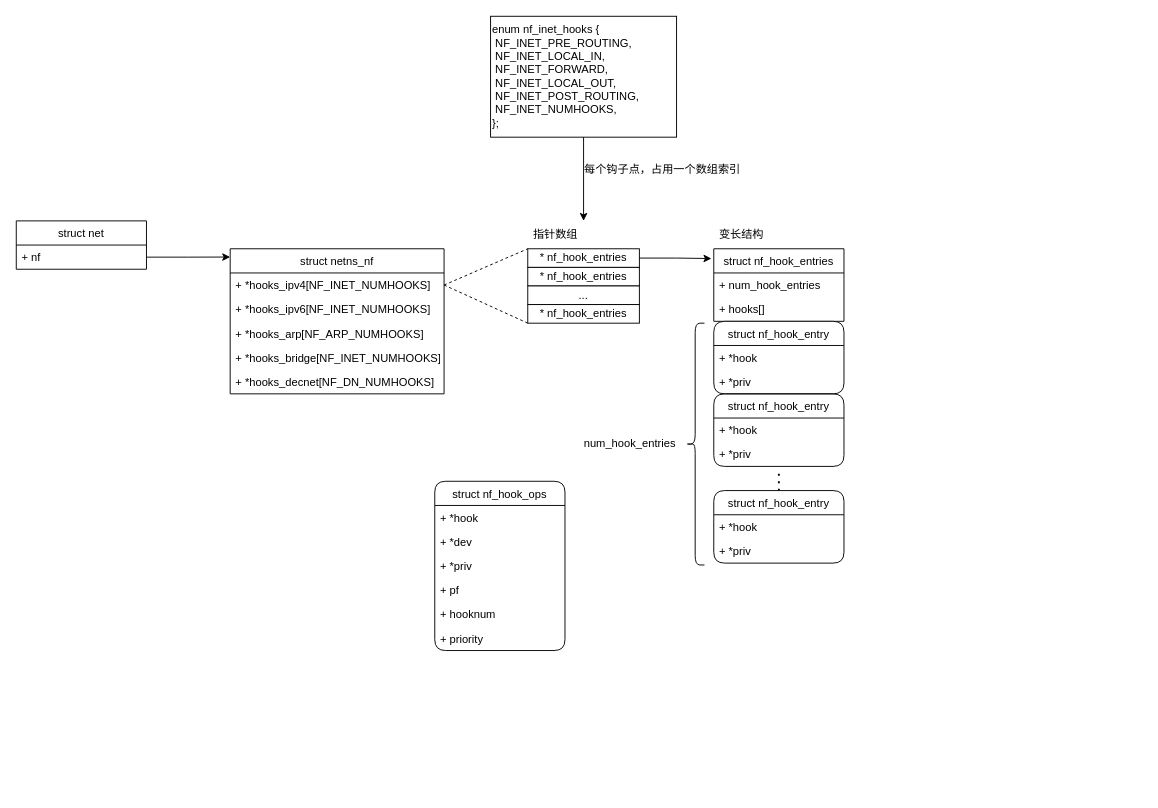
The draw.io diagram netfilter.drawio in Richard-Joe/draw-io, before the edit. Source tidied: cells renumbered, new cells numbered last; positions are measured from the earlier drawing's top-left corner, leaving out a move shared by most shapes. Both pictures are drawn from the tidied source at 93%, with x=0, y=0 at pixel (16, 16).
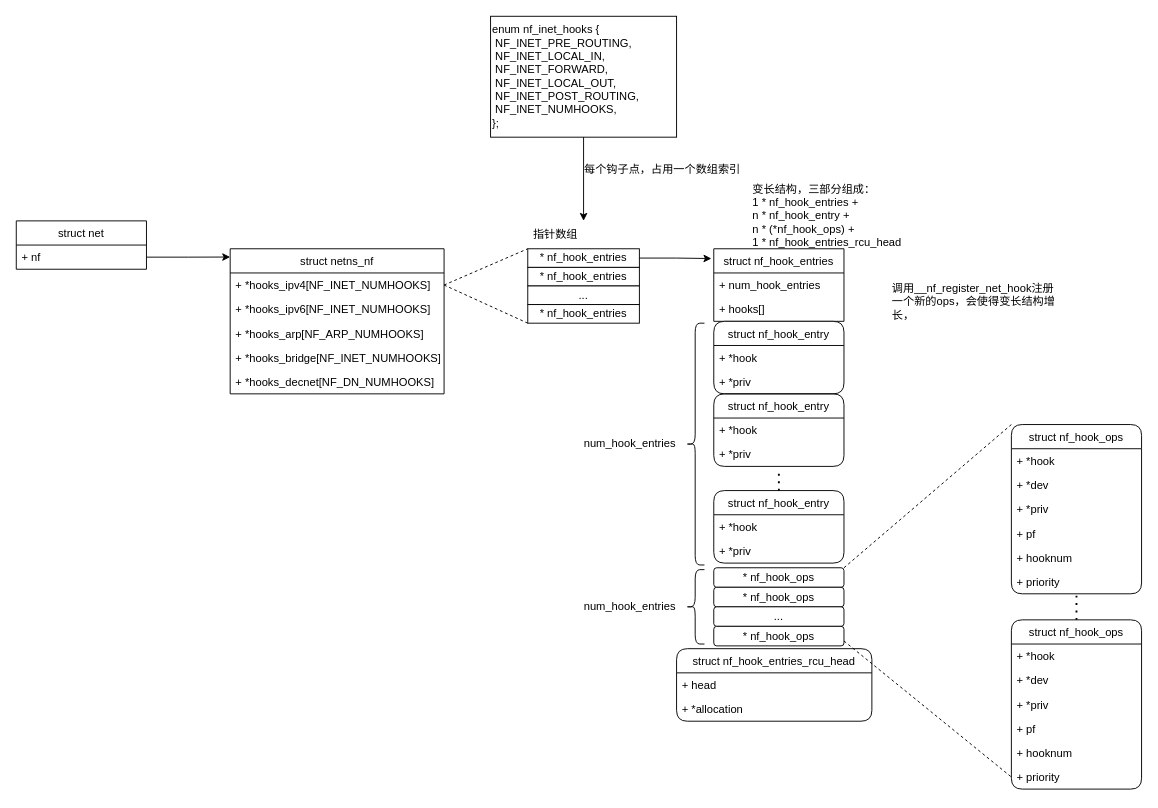
The same page after the edit.

Diff of the diagram source:
```diff
@@
-    <mxCell id="34" value="变长结构" style="text;html=1;strokeColor=none;fillColor=none;align=center;verticalAlign=middle;whiteSpace=wrap;rounded=0;" parent="1" vertex="1">
-      <mxGeometry x="750" y="220" width="60" height="30" as="geometry" />
+    <mxCell id="34" value="变长结构，三部分组成：&lt;br&gt;1 * nf_hook_entries +&lt;br&gt;n * nf_hook_entry +&lt;br&gt;n * (*nf_hook_ops) +&lt;br&gt;1 * nf_hook_entries_rcu_head&amp;nbsp;" style="text;html=1;strokeColor=none;fillColor=none;align=left;verticalAlign=middle;whiteSpace=wrap;rounded=0;" parent="1" vertex="1">
+      <mxGeometry x="790" y="180" width="180" height="70" as="geometry" />
     </mxCell>
@@
+    <mxCell id="47" style="group;" parent="1" vertex="1">
+      <mxGeometry x="1070" y="439" width="140" height="392" as="geometry" />
+    </mxCell>
-    <mxCell id="40" value="struct nf_hook_ops" style="swimlane;fontStyle=0;horizontal=1;startSize=26;fillColor=none;rounded=1;shadow=0;glass=0;sketch=0;" parent="1" vertex="1">
-      <mxGeometry x="450" y="500" width="140" height="182" as="geometry" />
+    <mxCell id="40" value="struct nf_hook_ops" style="swimlane;fontStyle=0;horizontal=1;startSize=26;fillColor=none;rounded=1;shadow=0;glass=0;sketch=0;" parent="47" vertex="1">
+      <mxGeometry width="140" height="182" as="geometry" />
     </mxCell>
@@
+    <mxCell id="48" value="struct nf_hook_ops" style="swimlane;fontStyle=0;horizontal=1;startSize=26;fillColor=none;rounded=1;shadow=0;glass=0;sketch=0;" parent="47" vertex="1">
+      <mxGeometry y="210" width="140" height="182" as="geometry" />
+    </mxCell>
+    <mxCell id="49" value="+ *hook" style="text;strokeColor=none;fillColor=none;align=left;verticalAlign=top;spacingLeft=4;spacingRight=4;overflow=hidden;" parent="48" vertex="1">
+      <mxGeometry y="26" width="140" height="26" as="geometry" />
+    </mxCell>
+    <mxCell id="50" value="+ *dev" style="text;strokeColor=none;fillColor=none;align=left;verticalAlign=top;spacingLeft=4;spacingRight=4;overflow=hidden;" parent="48" vertex="1">
+      <mxGeometry y="52" width="140" height="26" as="geometry" />
+    </mxCell>
+    <mxCell id="51" value="+ *priv" style="text;strokeColor=none;fillColor=none;align=left;verticalAlign=top;spacingLeft=4;spacingRight=4;overflow=hidden;" parent="48" vertex="1">
+      <mxGeometry y="78" width="140" height="26" as="geometry" />
+    </mxCell>
+    <mxCell id="52" value="+ pf" style="text;strokeColor=none;fillColor=none;align=left;verticalAlign=top;spacingLeft=4;spacingRight=4;overflow=hidden;" parent="48" vertex="1">
+      <mxGeometry y="104" width="140" height="26" as="geometry" />
+    </mxCell>
+    <mxCell id="53" value="+ hooknum" style="text;strokeColor=none;fillColor=none;align=left;verticalAlign=top;spacingLeft=4;spacingRight=4;overflow=hidden;" parent="48" vertex="1">
+      <mxGeometry y="130" width="140" height="26" as="geometry" />
+    </mxCell>
+    <mxCell id="54" value="+ priority" style="text;strokeColor=none;fillColor=none;align=left;verticalAlign=top;spacingLeft=4;spacingRight=4;overflow=hidden;points=[[0,0.5],[1,0.5]];portConstraint=eastwest;" parent="48" vertex="1">
+      <mxGeometry y="156" width="140" height="26" as="geometry" />
+    </mxCell>
+    <mxCell id="55" style="endArrow=none;dashed=1;html=1;dashPattern=1 3;strokeWidth=2;rounded=0;exitX=0.5;exitY=0;exitDx=0;exitDy=0;" parent="47" edge="1" source="48">
+      <mxGeometry relative="1" as="geometry">
+        <mxPoint x="70" y="180" as="targetPoint" />
+      </mxGeometry>
+    </mxCell>
+    <mxCell id="56" style="shape=curlyBracket;whiteSpace=wrap;html=1;rounded=1;labelPosition=left;verticalLabelPosition=middle;align=right;verticalAlign=middle;shadow=0;glass=0;sketch=0;fillColor=default;gradientColor=none;size=0.5;" parent="1" vertex="1">
+      <mxGeometry x="720" y="595" width="20" height="80" as="geometry" />
+    </mxCell>
+    <mxCell id="57" value="num_hook_entries" style="text;html=1;strokeColor=none;fillColor=none;align=center;verticalAlign=middle;whiteSpace=wrap;rounded=0;" parent="1" vertex="1">
+      <mxGeometry x="610" y="620" width="100" height="30" as="geometry" />
+    </mxCell>
+    <mxCell id="58" value="struct nf_hook_entries_rcu_head" style="swimlane;fontStyle=0;horizontal=1;startSize=26;fillColor=none;rounded=1;shadow=0;glass=0;sketch=0;" parent="1" vertex="1">
+      <mxGeometry x="710" y="680" width="210" height="78" as="geometry" />
+    </mxCell>
+    <mxCell id="59" value="+ head" style="text;strokeColor=none;fillColor=none;align=left;verticalAlign=top;spacingLeft=4;spacingRight=4;overflow=hidden;" parent="58" vertex="1">
+      <mxGeometry y="26" width="210" height="26" as="geometry" />
+    </mxCell>
+    <mxCell id="60" value="+ *allocation" style="text;strokeColor=none;fillColor=none;align=left;verticalAlign=top;spacingLeft=4;spacingRight=4;overflow=hidden;" parent="58" vertex="1">
+      <mxGeometry y="52" width="210" height="26" as="geometry" />
+    </mxCell>
+    <mxCell id="61" style="group;" parent="1" vertex="1">
+      <mxGeometry x="750" y="593" width="140" height="84" as="geometry" />
+    </mxCell>
+    <mxCell id="62" value="* nf_hook_ops" style="rounded=1;whiteSpace=wrap;html=1;shadow=0;glass=0;sketch=0;fillColor=default;gradientColor=none;" parent="61" vertex="1">
+      <mxGeometry width="140" height="21" as="geometry" />
+    </mxCell>
+    <mxCell id="63" value="* nf_hook_ops" style="rounded=1;whiteSpace=wrap;html=1;shadow=0;glass=0;sketch=0;fillColor=default;gradientColor=none;" parent="61" vertex="1">
+      <mxGeometry y="21" width="140" height="21" as="geometry" />
+    </mxCell>
+    <mxCell id="64" value="..." style="rounded=1;whiteSpace=wrap;html=1;shadow=0;glass=0;sketch=0;fillColor=default;gradientColor=none;" parent="61" vertex="1">
+      <mxGeometry y="42" width="140" height="21" as="geometry" />
+    </mxCell>
+    <mxCell id="65" value="* nf_hook_ops" style="rounded=1;whiteSpace=wrap;html=1;shadow=0;glass=0;sketch=0;fillColor=default;gradientColor=none;" parent="61" vertex="1">
+      <mxGeometry y="63" width="140" height="21" as="geometry" />
+    </mxCell>
+    <mxCell id="66" style="endArrow=none;dashed=1;html=1;rounded=0;exitX=1;exitY=0;exitDx=0;exitDy=0;entryX=0;entryY=0;entryDx=0;entryDy=0;" parent="1" edge="1" source="62" target="40">
+      <mxGeometry relative="1" as="geometry" />
+    </mxCell>
+    <mxCell id="67" style="endArrow=none;dashed=1;html=1;rounded=0;exitX=1;exitY=0.75;exitDx=0;exitDy=0;entryX=0;entryY=0.5;entryDx=0;entryDy=0;" parent="1" edge="1" source="65" target="54">
+      <mxGeometry relative="1" as="geometry" />
+    </mxCell>
+    <mxCell id="68" value="调用__nf_register_net_hook注册一个新的ops，会使得变长结构增长，" style="text;html=1;strokeColor=none;fillColor=none;align=left;verticalAlign=middle;whiteSpace=wrap;rounded=0;" parent="1" vertex="1">
+      <mxGeometry x="940" y="272" width="180" height="70" as="geometry" />
+    </mxCell>
```
